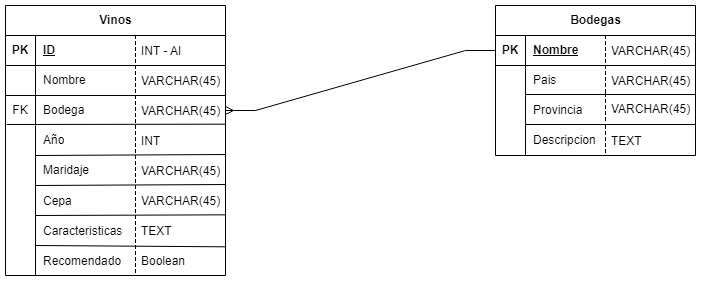
The draw.io diagram Primera entrega/DER-Vinoteca.png in EmanuelArispe/WEB2_TPE, before a commit. Source tidied: cells renumbered, new cells last; positions are measured from the earlier drawing's top-left corner, leaving out a move shared by most shapes.
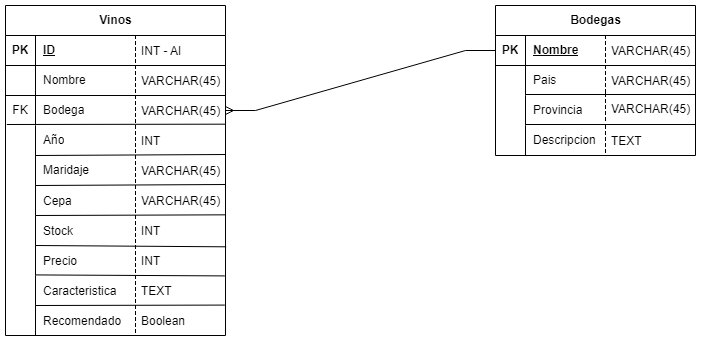
After the change.

Commit message:
Se agregaron dos campos en la DB

The edit, as a diff of the source:
```diff
@@ -3,7 +3,7 @@
     <mxCell id="0" />
     <mxCell id="1" parent="0" />
     <mxCell id="2" value="Vinos" style="shape=table;startSize=30;rowLines=0;fontStyle=1;align=center;html=1;shadow=0;" parent="1" vertex="1">
-      <mxGeometry width="220" height="270" as="geometry" />
+      <mxGeometry width="220" height="330" as="geometry" />
     </mxCell>
     <mxCell id="3" style="shape=tableRow;horizontal=0;startSize=0;swimlaneHead=0;swimlaneBody=0;fillColor=none;top=0;left=0;right=0;bottom=1;" parent="2" vertex="1">
       <mxGeometry y="30" width="220" height="30" as="geometry" />
@@ -65,7 +65,7 @@
     <mxCell id="22" style="shape=partialRectangle;fillColor=none;top=0;left=0;bottom=0;right=0;overflow=hidden;" parent="21" vertex="1">
       <mxGeometry width="30" height="30" as="geometry" />
     </mxCell>
-    <mxCell id="23" value="Caracteristicas" style="shape=partialRectangle;fillColor=none;top=0;left=0;bottom=0;right=0;align=left;spacingLeft=6;overflow=hidden;" parent="21" vertex="1">
+    <mxCell id="23" value="Stock" style="shape=partialRectangle;fillColor=none;top=0;left=0;bottom=0;right=0;align=left;spacingLeft=6;overflow=hidden;" parent="21" vertex="1">
       <mxGeometry x="30" width="190" height="30" as="geometry" />
     </mxCell>
     <mxCell id="24" style="shape=tableRow;horizontal=0;startSize=0;swimlaneHead=0;swimlaneBody=0;fillColor=none;points=[[0,0.5],[1,0.5]];portConstraint=eastwest;top=0;left=0;right=0;bottom=0;" parent="2" vertex="1">
@@ -74,7 +74,7 @@
     <mxCell id="25" style="shape=partialRectangle;fillColor=none;top=0;left=0;bottom=0;right=0;overflow=hidden;" parent="24" vertex="1">
       <mxGeometry width="30" height="30" as="geometry" />
     </mxCell>
-    <mxCell id="26" value="Recomendado" style="shape=partialRectangle;fillColor=none;top=0;left=0;bottom=0;right=0;align=left;spacingLeft=6;overflow=hidden;" parent="24" vertex="1">
+    <mxCell id="26" value="Precio" style="shape=partialRectangle;fillColor=none;top=0;left=0;bottom=0;right=0;align=left;spacingLeft=6;overflow=hidden;" parent="24" vertex="1">
       <mxGeometry x="30" width="190" height="30" as="geometry" />
     </mxCell>
     <mxCell id="27" style="endArrow=none;html=1;rounded=0;exitX=0;exitY=0;exitDx=0;exitDy=0;exitPerimeter=0;entryX=1.002;entryY=0;entryDx=0;entryDy=0;entryPerimeter=0;" parent="2" edge="1" source="9" target="9">
@@ -83,6 +83,24 @@
     <mxCell id="28" style="endArrow=none;html=1;rounded=0;exitX=0.006;exitY=-0.033;exitDx=0;exitDy=0;exitPerimeter=0;entryX=1.002;entryY=-0.044;entryDx=0;entryDy=0;entryPerimeter=0;" parent="2" edge="1" source="12" target="12">
       <mxGeometry relative="1" as="geometry" />
     </mxCell>
+    <mxCell id="73" style="shape=tableRow;horizontal=0;startSize=0;swimlaneHead=0;swimlaneBody=0;fillColor=none;top=0;left=0;right=0;bottom=0;" parent="2" vertex="1">
+      <mxGeometry y="270" width="220" height="30" as="geometry" />
+    </mxCell>
+    <mxCell id="74" style="shape=partialRectangle;fillColor=none;top=0;left=0;bottom=0;right=0;overflow=hidden;" parent="73" vertex="1">
+      <mxGeometry width="30" height="30" as="geometry" />
+    </mxCell>
+    <mxCell id="75" value="Caracteristica" style="shape=partialRectangle;fillColor=none;top=0;left=0;bottom=0;right=0;align=left;spacingLeft=6;overflow=hidden;" parent="73" vertex="1">
+      <mxGeometry x="30" width="190" height="30" as="geometry" />
+    </mxCell>
+    <mxCell id="76" style="shape=tableRow;horizontal=0;startSize=0;swimlaneHead=0;swimlaneBody=0;fillColor=none;points=[[0,0.5],[1,0.5]];portConstraint=eastwest;top=0;left=0;right=0;bottom=0;" parent="2" vertex="1">
+      <mxGeometry y="300" width="220" height="30" as="geometry" />
+    </mxCell>
+    <mxCell id="77" style="shape=partialRectangle;fillColor=none;top=0;left=0;bottom=0;right=0;overflow=hidden;" parent="76" vertex="1">
+      <mxGeometry width="30" height="30" as="geometry" />
+    </mxCell>
+    <mxCell id="78" value="Recomendado" style="shape=partialRectangle;fillColor=none;top=0;left=0;bottom=0;right=0;align=left;spacingLeft=6;overflow=hidden;" parent="76" vertex="1">
+      <mxGeometry x="30" width="190" height="30" as="geometry" />
+    </mxCell>
     <mxCell id="29" value="INT - AI" style="shape=partialRectangle;fillColor=none;align=left;verticalAlign=middle;strokeColor=none;spacingLeft=34;" parent="1" vertex="1">
       <mxGeometry x="100" y="30" width="90" height="30" as="geometry" />
     </mxCell>
@@ -119,13 +137,13 @@
     <mxCell id="40" style="shape=partialRectangle;top=0;left=0;bottom=0;fillColor=none;stokeWidth=1;dashed=1;align=left;verticalAlign=middle;spacingLeft=4;spacingRight=4;overflow=hidden;" parent="39" vertex="1">
       <mxGeometry width="30" height="30" as="geometry" />
     </mxCell>
-    <mxCell id="41" value="TEXT" style="shape=partialRectangle;fillColor=none;align=left;verticalAlign=middle;strokeColor=none;spacingLeft=34;" parent="1" vertex="1">
+    <mxCell id="41" value="INT" style="shape=partialRectangle;fillColor=none;align=left;verticalAlign=middle;strokeColor=none;spacingLeft=34;" parent="1" vertex="1">
       <mxGeometry x="100" y="210" width="90" height="30" as="geometry" />
     </mxCell>
     <mxCell id="42" style="shape=partialRectangle;top=0;left=0;bottom=0;fillColor=none;stokeWidth=1;dashed=1;align=left;verticalAlign=middle;spacingLeft=4;spacingRight=4;overflow=hidden;" parent="41" vertex="1">
       <mxGeometry width="30" height="30" as="geometry" />
     </mxCell>
-    <mxCell id="43" value="Boolean" style="shape=partialRectangle;fillColor=none;align=left;verticalAlign=middle;strokeColor=none;spacingLeft=34;" parent="1" vertex="1">
+    <mxCell id="43" value="INT" style="shape=partialRectangle;fillColor=none;align=left;verticalAlign=middle;strokeColor=none;spacingLeft=34;" parent="1" vertex="1">
       <mxGeometry x="100" y="240" width="90" height="30" as="geometry" />
     </mxCell>
     <mxCell id="44" style="shape=partialRectangle;top=0;left=0;bottom=0;fillColor=none;stokeWidth=1;dashed=1;align=left;verticalAlign=middle;spacingLeft=4;spacingRight=4;overflow=hidden;" parent="43" vertex="1">
@@ -223,5 +241,27 @@
     <mxCell id="72" style="edgeStyle=entityRelationEdgeStyle;fontSize=12;html=1;endArrow=ERmany;rounded=0;entryX=1;entryY=0.5;entryDx=0;entryDy=0;exitX=0;exitY=0.5;exitDx=0;exitDy=0;" parent="1" edge="1" source="50" target="9">
       <mxGeometry relative="1" as="geometry" />
     </mxCell>
+    <mxCell id="79" value="TEXT" style="shape=partialRectangle;fillColor=none;align=left;verticalAlign=middle;strokeColor=none;spacingLeft=34;" parent="1" vertex="1">
+      <mxGeometry x="100" y="270" width="90" height="30" as="geometry" />
+    </mxCell>
+    <mxCell id="80" style="shape=partialRectangle;top=0;left=0;bottom=0;fillColor=none;stokeWidth=1;dashed=1;align=left;verticalAlign=middle;spacingLeft=4;spacingRight=4;overflow=hidden;" parent="79" vertex="1">
+      <mxGeometry width="30" height="30" as="geometry" />
+    </mxCell>
+    <mxCell id="81" value="Boolean" style="shape=partialRectangle;fillColor=none;align=left;verticalAlign=middle;strokeColor=none;spacingLeft=34;" parent="1" vertex="1">
+      <mxGeometry x="100" y="300" width="90" height="30" as="geometry" />
+    </mxCell>
+    <mxCell id="82" style="shape=partialRectangle;top=0;left=0;bottom=0;fillColor=none;stokeWidth=1;dashed=1;align=left;verticalAlign=middle;spacingLeft=4;spacingRight=4;overflow=hidden;" parent="81" vertex="1">
+      <mxGeometry width="30" height="30" as="geometry" />
+    </mxCell>
+    <mxCell id="83" style="endArrow=none;html=1;rounded=0;entryX=0.997;entryY=1.014;entryDx=0;entryDy=0;entryPerimeter=0;" parent="1" edge="1" target="24">
+      <mxGeometry relative="1" as="geometry">
+        <mxPoint x="30" y="269.4" as="sourcePoint" />
+      </mxGeometry>
+    </mxCell>
+    <mxCell id="84" style="endArrow=none;html=1;rounded=0;entryX=0.997;entryY=-0.014;entryDx=0;entryDy=0;entryPerimeter=0;" parent="1" edge="1" target="76">
+      <mxGeometry relative="1" as="geometry">
+        <mxPoint x="30" y="300" as="sourcePoint" />
+      </mxGeometry>
+    </mxCell>
   </root>
 </mxGraphModel>
```
